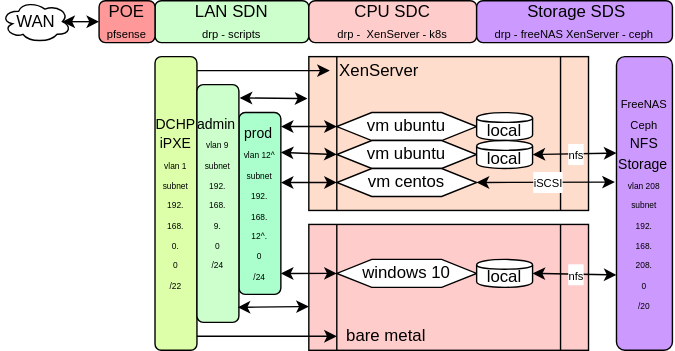
Earlier version of the draw.io export docs/hsgrid/hsgrid-overview.svg (2cld/hs-platform). Source tidied: cells renumbered, new cells last; positions are measured from the earlier drawing's top-left corner, leaving out a move shared by most shapes. Source of this version:
```xml
<mxGraphModel>
  <root>
    <mxCell id="0" />
    <mxCell id="1" parent="0" />
    <mxCell id="2" style="shape=process;whiteSpace=wrap;html=1;backgroundOutline=1;fillColor=#FFCCCC;" parent="1" vertex="1">
      <mxGeometry x="220" y="160" width="200" height="90" as="geometry" />
    </mxCell>
    <mxCell id="3" style="shape=process;whiteSpace=wrap;html=1;backgroundOutline=1;fillColor=#FFDDCC;" parent="1" vertex="1">
      <mxGeometry x="220" y="40" width="200" height="110" as="geometry" />
    </mxCell>
    <mxCell id="4" value="WAN" style="ellipse;shape=cloud;whiteSpace=wrap;html=1;" parent="1" vertex="1">
      <mxGeometry width="50" height="30" as="geometry" />
    </mxCell>
    <mxCell id="5" value="LAN SDN&lt;br&gt;&lt;font style=&quot;font-size: 8px&quot;&gt;drp - scripts&lt;/font&gt;" style="rounded=1;whiteSpace=wrap;html=1;fillColor=#CCFFCC;" parent="1" vertex="1">
      <mxGeometry x="110" width="110" height="30" as="geometry" />
    </mxCell>
    <mxCell id="6" value="CPU SDC&lt;br&gt;&lt;font style=&quot;font-size: 8px&quot;&gt;drp -&amp;nbsp; XenServer - k8s&lt;/font&gt;" style="rounded=1;whiteSpace=wrap;html=1;fillColor=#FFCCCC;" parent="1" vertex="1">
      <mxGeometry x="220" width="120" height="30" as="geometry" />
    </mxCell>
    <mxCell id="7" value="&amp;nbsp;Storage SDS&lt;br&gt;&lt;font style=&quot;font-size: 8px&quot;&gt;drp - freeNAS XenServer - ceph&lt;/font&gt;" style="rounded=1;whiteSpace=wrap;html=1;fillColor=#CC99FF;" parent="1" vertex="1">
      <mxGeometry x="340" width="140" height="30" as="geometry" />
    </mxCell>
    <mxCell id="8" value="POE&lt;br&gt;&lt;font style=&quot;font-size: 8px&quot;&gt;pfsense&lt;/font&gt;" style="rounded=1;whiteSpace=wrap;html=1;fillColor=#FF9999;" parent="1" vertex="1">
      <mxGeometry x="70" width="40" height="30" as="geometry" />
    </mxCell>
    <mxCell id="9" style="endArrow=classic;startArrow=classic;html=1;exitX=0.875;exitY=0.5;exitDx=0;exitDy=0;exitPerimeter=0;" parent="1" edge="1" source="4" target="8">
      <mxGeometry relative="1" as="geometry" />
    </mxCell>
    <mxCell id="10" value="vm ubuntu" style="shape=hexagon;perimeter=hexagonPerimeter2;whiteSpace=wrap;html=1;" parent="1" vertex="1">
      <mxGeometry x="240" y="80" width="100" height="20" as="geometry" />
    </mxCell>
    <mxCell id="11" value="local" style="shape=cylinder;whiteSpace=wrap;html=1;boundedLbl=1;backgroundOutline=1;" parent="1" vertex="1">
      <mxGeometry x="340" y="80" width="40" height="20" as="geometry" />
    </mxCell>
    <mxCell id="12" value="vm ubuntu" style="shape=hexagon;perimeter=hexagonPerimeter2;whiteSpace=wrap;html=1;" parent="1" vertex="1">
      <mxGeometry x="240" y="100" width="100" height="20" as="geometry" />
    </mxCell>
    <mxCell id="13" value="XenServer" style="text;html=1;align=center;verticalAlign=middle;points=[];fillColor=none;strokeColor=none;rounded=0;" parent="1" vertex="1">
      <mxGeometry x="235" y="40" width="70" height="20" as="geometry" />
    </mxCell>
    <mxCell id="14" value="bare metal" style="text;html=1;align=center;verticalAlign=middle;points=[];fillColor=none;strokeColor=none;rounded=0;" parent="1" vertex="1">
      <mxGeometry x="240" y="230" width="70" height="20" as="geometry" />
    </mxCell>
    <mxCell id="15" value="vm centos" style="shape=hexagon;perimeter=hexagonPerimeter2;whiteSpace=wrap;html=1;" parent="1" vertex="1">
      <mxGeometry x="240" y="120" width="100" height="20" as="geometry" />
    </mxCell>
    <mxCell id="16" value="windows 10" style="shape=hexagon;perimeter=hexagonPerimeter2;whiteSpace=wrap;html=1;" parent="1" vertex="1">
      <mxGeometry x="240" y="185" width="100" height="20" as="geometry" />
    </mxCell>
    <mxCell id="17" value="&lt;font style=&quot;font-size: 10px&quot;&gt;DCHP&lt;br&gt;iPXE&lt;/font&gt;&lt;br&gt;&lt;font style=&quot;font-size: 6px&quot;&gt;vlan 1&lt;br&gt;subnet&lt;br&gt;192.&lt;br&gt;168.&lt;br&gt;0.&lt;br&gt;0&lt;br&gt;/22&lt;br&gt;&lt;/font&gt;" style="rounded=1;whiteSpace=wrap;html=1;fillColor=#DDFFAA;" parent="1" vertex="1">
      <mxGeometry x="110" y="40" width="30" height="210" as="geometry" />
    </mxCell>
    <mxCell id="18" value="&lt;font style=&quot;font-size: 10px&quot;&gt;prod&lt;/font&gt;&lt;font style=&quot;font-size: 6px&quot;&gt;&amp;nbsp;&lt;br&gt;vlan 12^&lt;br&gt;subnet&lt;br&gt;192.&lt;br&gt;168.&lt;br&gt;12^.&lt;br&gt;0&lt;br&gt;/24&lt;br&gt;&lt;/font&gt;" style="rounded=1;whiteSpace=wrap;html=1;fillColor=#AAFFCC;" parent="1" vertex="1">
      <mxGeometry x="170" y="80" width="30" height="130" as="geometry" />
    </mxCell>
    <mxCell id="19" value="&lt;font style=&quot;font-size: 10px&quot;&gt;admin&lt;/font&gt;&lt;font style=&quot;font-size: 6px&quot;&gt;&amp;nbsp;&lt;br&gt;vlan 9&lt;br&gt;subnet&lt;br&gt;192.&lt;br&gt;168.&lt;br&gt;9.&lt;br&gt;0&lt;br&gt;/24&lt;br&gt;&lt;br&gt;&lt;/font&gt;" style="rounded=1;whiteSpace=wrap;html=1;fillColor=#CCFFCC;" parent="1" vertex="1">
      <mxGeometry x="140" y="60" width="30" height="170" as="geometry" />
    </mxCell>
    <mxCell id="20" value="&lt;font&gt;&lt;font style=&quot;font-size: 8px&quot;&gt;FreeNAS&lt;/font&gt;&lt;br&gt;&lt;font style=&quot;font-size: 8px&quot;&gt;Ceph&lt;/font&gt;&lt;br&gt;&lt;span style=&quot;font-size: 10px&quot;&gt;NFS&lt;/span&gt;&lt;br&gt;&lt;span style=&quot;font-size: 10px&quot;&gt;Storage&lt;/span&gt;&lt;/font&gt;&lt;font style=&quot;font-size: 6px&quot;&gt;&amp;nbsp;&lt;br&gt;vlan 208&lt;br&gt;subnet&lt;br&gt;192.&lt;br&gt;168.&lt;br&gt;208.&lt;br&gt;0&lt;br&gt;/20&lt;br&gt;&lt;/font&gt;" style="rounded=1;whiteSpace=wrap;html=1;fillColor=#CC99FF;" parent="1" vertex="1">
      <mxGeometry x="440" y="40" width="40" height="210" as="geometry" />
    </mxCell>
    <mxCell id="21" value="local" style="shape=cylinder;whiteSpace=wrap;html=1;boundedLbl=1;backgroundOutline=1;" parent="1" vertex="1">
      <mxGeometry x="340" y="185" width="40" height="20" as="geometry" />
    </mxCell>
    <mxCell id="22" value="local" style="shape=cylinder;whiteSpace=wrap;html=1;boundedLbl=1;backgroundOutline=1;" parent="1" vertex="1">
      <mxGeometry x="340" y="100" width="40" height="20" as="geometry" />
    </mxCell>
    <mxCell id="23" style="endArrow=classic;startArrow=classic;html=1;exitX=1;exitY=0.5;exitDx=0;exitDy=0;entryX=-0.029;entryY=0.332;entryDx=0;entryDy=0;entryPerimeter=0;" parent="1" edge="1" source="15">
      <mxGeometry relative="1" as="geometry">
        <mxPoint x="438.8" y="129.7" as="targetPoint" />
      </mxGeometry>
    </mxCell>
    <mxCell id="24" value="&lt;font style=&quot;font-size: 8px&quot;&gt;iSCSI&lt;/font&gt;" style="text;html=1;align=center;verticalAlign=middle;labelBackgroundColor=#ffffff;" parent="23" vertex="1">
      <mxGeometry x="-0.46" y="-2" relative="1" as="geometry">
        <mxPoint x="23.7" y="-1.9" as="offset" />
      </mxGeometry>
    </mxCell>
    <mxCell id="25" style="endArrow=classic;startArrow=classic;html=1;exitX=1;exitY=0.5;exitDx=0;exitDy=0;entryX=0;entryY=0.233;entryDx=0;entryDy=0;entryPerimeter=0;" parent="1" edge="1" source="22">
      <mxGeometry relative="1" as="geometry">
        <mxPoint x="440" y="108.9" as="targetPoint" />
      </mxGeometry>
    </mxCell>
    <mxCell id="26" value="&lt;font style=&quot;font-size: 8px&quot;&gt;nfs&lt;/font&gt;" style="text;html=1;align=center;verticalAlign=middle;labelBackgroundColor=#ffffff;" parent="25" vertex="1">
      <mxGeometry x="0.03" relative="1" as="geometry" />
    </mxCell>
    <mxCell id="27" style="endArrow=classic;startArrow=classic;html=1;exitX=1;exitY=0.5;exitDx=0;exitDy=0;entryX=0;entryY=0.91;entryDx=0;entryDy=0;entryPerimeter=0;" parent="1" edge="1" source="21">
      <mxGeometry relative="1" as="geometry">
        <mxPoint x="440" y="196.1" as="targetPoint" />
      </mxGeometry>
    </mxCell>
    <mxCell id="28" value="&lt;font style=&quot;font-size: 8px&quot;&gt;nfs&lt;/font&gt;" style="text;html=1;align=center;verticalAlign=middle;labelBackgroundColor=#ffffff;" parent="27" vertex="1">
      <mxGeometry x="0.03" relative="1" as="geometry" />
    </mxCell>
    <mxCell id="29" style="endArrow=classic;html=1;" parent="1" edge="1" target="13">
      <mxGeometry relative="1" as="geometry">
        <mxPoint x="140" y="50" as="sourcePoint" />
      </mxGeometry>
    </mxCell>
    <mxCell id="30" style="endArrow=classic;startArrow=classic;html=1;exitX=1.019;exitY=0.056;exitDx=0;exitDy=0;exitPerimeter=0;" parent="1" edge="1" source="19">
      <mxGeometry relative="1" as="geometry">
        <mxPoint x="219" y="70" as="targetPoint" />
      </mxGeometry>
    </mxCell>
    <mxCell id="31" style="endArrow=classic;startArrow=classic;html=1;exitX=0.971;exitY=0.937;exitDx=0;exitDy=0;exitPerimeter=0;entryX=0;entryY=0.652;entryDx=0;entryDy=0;entryPerimeter=0;" parent="1" edge="1" source="19" target="2">
      <mxGeometry relative="1" as="geometry" />
    </mxCell>
    <mxCell id="32" style="endArrow=classic;html=1;" parent="1" edge="1" target="14">
      <mxGeometry relative="1" as="geometry">
        <mxPoint x="140" y="240" as="sourcePoint" />
      </mxGeometry>
    </mxCell>
    <mxCell id="33" style="endArrow=classic;startArrow=classic;html=1;entryX=0;entryY=0.5;entryDx=0;entryDy=0;exitX=1;exitY=0.885;exitDx=0;exitDy=0;exitPerimeter=0;" parent="1" edge="1" source="18" target="16">
      <mxGeometry relative="1" as="geometry" />
    </mxCell>
    <mxCell id="34" style="endArrow=classic;startArrow=classic;html=1;entryX=0;entryY=0.5;entryDx=0;entryDy=0;exitX=1;exitY=0.385;exitDx=0;exitDy=0;exitPerimeter=0;" parent="1" edge="1" source="18" target="15">
      <mxGeometry relative="1" as="geometry" />
    </mxCell>
    <mxCell id="35" style="endArrow=classic;startArrow=classic;html=1;entryX=0;entryY=0.5;entryDx=0;entryDy=0;exitX=1;exitY=0.219;exitDx=0;exitDy=0;exitPerimeter=0;" parent="1" edge="1" source="18" target="12">
      <mxGeometry relative="1" as="geometry" />
    </mxCell>
    <mxCell id="36" style="endArrow=classic;startArrow=classic;html=1;entryX=0;entryY=0.5;entryDx=0;entryDy=0;" parent="1" edge="1" target="10">
      <mxGeometry relative="1" as="geometry">
        <mxPoint x="200" y="90" as="sourcePoint" />
      </mxGeometry>
    </mxCell>
  </root>
</mxGraphModel>
```
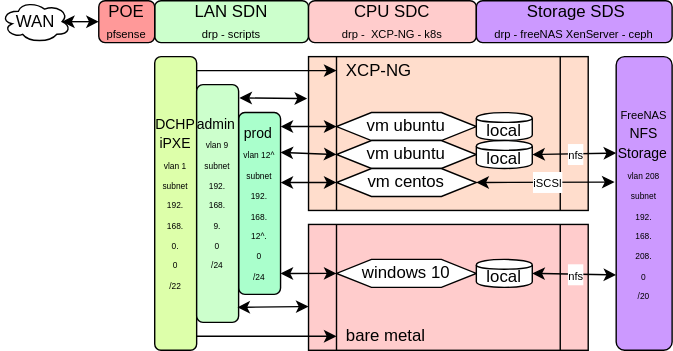
The same diagram one commit later.

Change to the diagram source:
```diff
@@ -14,7 +14,7 @@
     <mxCell id="5" value="LAN SDN&lt;br&gt;&lt;font style=&quot;font-size: 8px&quot;&gt;drp - scripts&lt;/font&gt;" style="rounded=1;whiteSpace=wrap;html=1;fillColor=#CCFFCC;" parent="1" vertex="1">
       <mxGeometry x="110" width="110" height="30" as="geometry" />
     </mxCell>
-    <mxCell id="6" value="CPU SDC&lt;br&gt;&lt;font style=&quot;font-size: 8px&quot;&gt;drp -&amp;nbsp; XenServer - k8s&lt;/font&gt;" style="rounded=1;whiteSpace=wrap;html=1;fillColor=#FFCCCC;" parent="1" vertex="1">
+    <mxCell id="6" value="CPU SDC&lt;br&gt;&lt;font style=&quot;font-size: 8px&quot;&gt;drp -&amp;nbsp; XCP-NG - k8s&lt;/font&gt;" style="rounded=1;whiteSpace=wrap;html=1;fillColor=#FFCCCC;" parent="1" vertex="1">
       <mxGeometry x="220" width="120" height="30" as="geometry" />
     </mxCell>
     <mxCell id="7" value="&amp;nbsp;Storage SDS&lt;br&gt;&lt;font style=&quot;font-size: 8px&quot;&gt;drp - freeNAS XenServer - ceph&lt;/font&gt;" style="rounded=1;whiteSpace=wrap;html=1;fillColor=#CC99FF;" parent="1" vertex="1">
@@ -35,8 +35,8 @@
     <mxCell id="12" value="vm ubuntu" style="shape=hexagon;perimeter=hexagonPerimeter2;whiteSpace=wrap;html=1;" parent="1" vertex="1">
       <mxGeometry x="240" y="100" width="100" height="20" as="geometry" />
     </mxCell>
-    <mxCell id="13" value="XenServer" style="text;html=1;align=center;verticalAlign=middle;points=[];fillColor=none;strokeColor=none;rounded=0;" parent="1" vertex="1">
-      <mxGeometry x="235" y="40" width="70" height="20" as="geometry" />
+    <mxCell id="13" value="XCP-NG" style="text;html=1;align=center;verticalAlign=middle;points=[];fillColor=none;strokeColor=none;rounded=0;" parent="1" vertex="1">
+      <mxGeometry x="240" y="40" width="60" height="20" as="geometry" />
     </mxCell>
     <mxCell id="14" value="bare metal" style="text;html=1;align=center;verticalAlign=middle;points=[];fillColor=none;strokeColor=none;rounded=0;" parent="1" vertex="1">
       <mxGeometry x="240" y="230" width="70" height="20" as="geometry" />
@@ -56,7 +56,7 @@
     <mxCell id="19" value="&lt;font style=&quot;font-size: 10px&quot;&gt;admin&lt;/font&gt;&lt;font style=&quot;font-size: 6px&quot;&gt;&amp;nbsp;&lt;br&gt;vlan 9&lt;br&gt;subnet&lt;br&gt;192.&lt;br&gt;168.&lt;br&gt;9.&lt;br&gt;0&lt;br&gt;/24&lt;br&gt;&lt;br&gt;&lt;/font&gt;" style="rounded=1;whiteSpace=wrap;html=1;fillColor=#CCFFCC;" parent="1" vertex="1">
       <mxGeometry x="140" y="60" width="30" height="170" as="geometry" />
     </mxCell>
-    <mxCell id="20" value="&lt;font&gt;&lt;font style=&quot;font-size: 8px&quot;&gt;FreeNAS&lt;/font&gt;&lt;br&gt;&lt;font style=&quot;font-size: 8px&quot;&gt;Ceph&lt;/font&gt;&lt;br&gt;&lt;span style=&quot;font-size: 10px&quot;&gt;NFS&lt;/span&gt;&lt;br&gt;&lt;span style=&quot;font-size: 10px&quot;&gt;Storage&lt;/span&gt;&lt;/font&gt;&lt;font style=&quot;font-size: 6px&quot;&gt;&amp;nbsp;&lt;br&gt;vlan 208&lt;br&gt;subnet&lt;br&gt;192.&lt;br&gt;168.&lt;br&gt;208.&lt;br&gt;0&lt;br&gt;/20&lt;br&gt;&lt;/font&gt;" style="rounded=1;whiteSpace=wrap;html=1;fillColor=#CC99FF;" parent="1" vertex="1">
+    <mxCell id="20" value="&lt;font&gt;&lt;font style=&quot;font-size: 8px&quot;&gt;FreeNAS&lt;/font&gt;&lt;br&gt;&lt;span style=&quot;font-size: 10px&quot;&gt;NFS&lt;/span&gt;&lt;br&gt;&lt;span style=&quot;font-size: 10px&quot;&gt;Storage&lt;/span&gt;&lt;/font&gt;&lt;font style=&quot;font-size: 6px&quot;&gt;&amp;nbsp;&lt;br&gt;vlan 208&lt;br&gt;subnet&lt;br&gt;192.&lt;br&gt;168.&lt;br&gt;208.&lt;br&gt;0&lt;br&gt;/20&lt;br&gt;&lt;/font&gt;" style="rounded=1;whiteSpace=wrap;html=1;fillColor=#CC99FF;" parent="1" vertex="1">
       <mxGeometry x="440" y="40" width="40" height="210" as="geometry" />
     </mxCell>
     <mxCell id="21" value="local" style="shape=cylinder;whiteSpace=wrap;html=1;boundedLbl=1;backgroundOutline=1;" parent="1" vertex="1">
```
